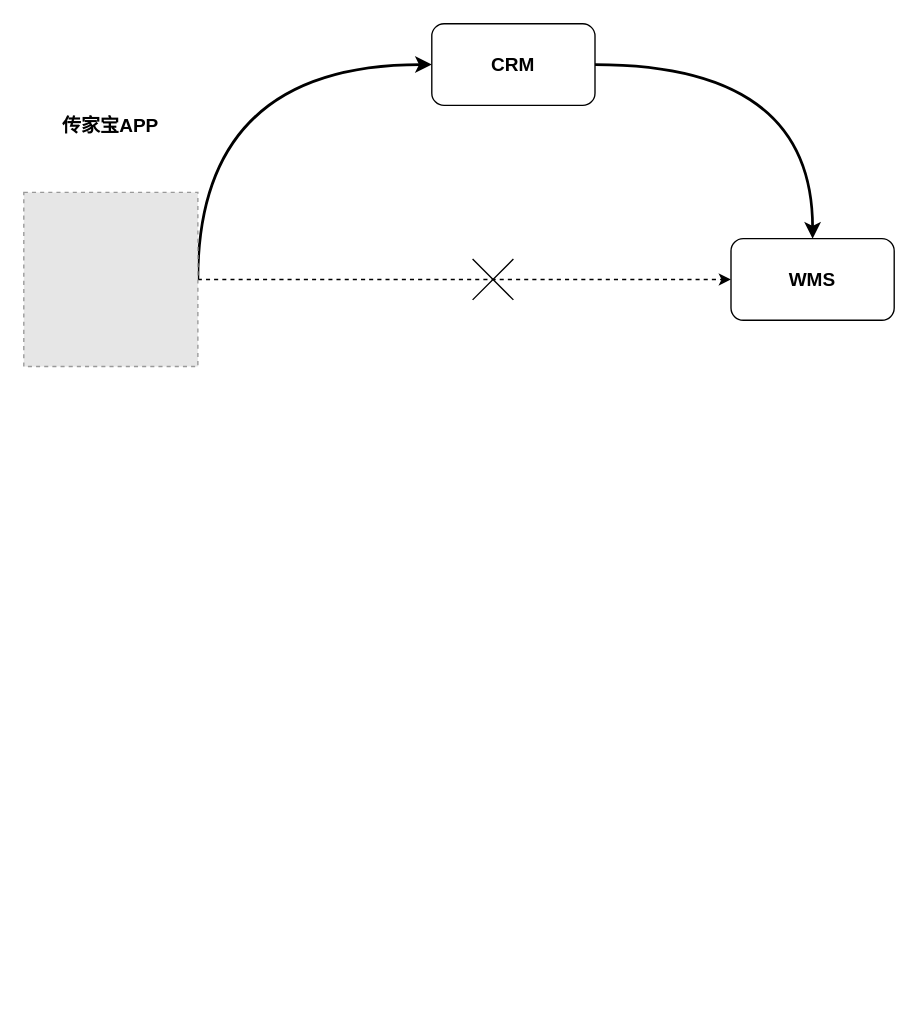
jmy99527/chapter1 keeps this draw.io diagram as Untitled Diagram.drawio. Above is the earlier version. Source tidied: cells renumbered, new cells numbered last; positions are measured from the earlier drawing's top-left corner, leaving out a move shared by most shapes. Both pictures are drawn from the tidied source at 136%, with x=0, y=0 at pixel (23, 23). Pictures stored in the file or linked from it are replaced by grey dashed boxes.
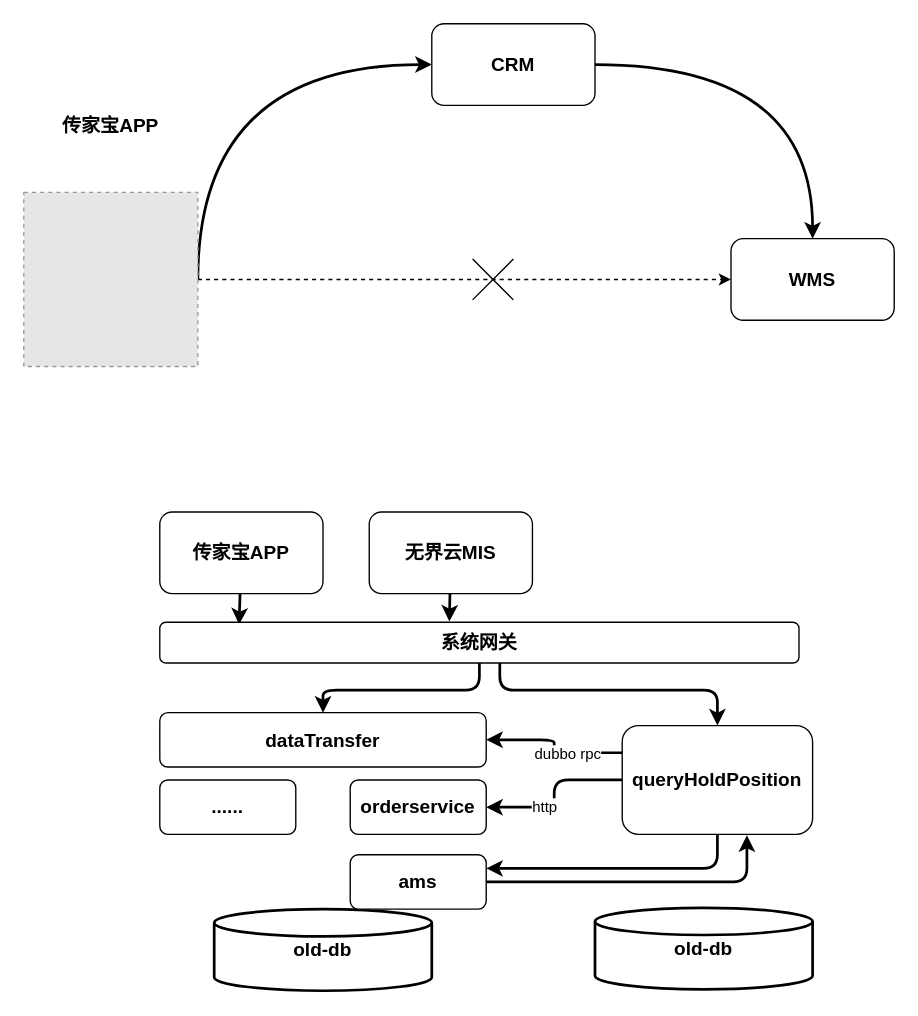
The same page after the edit.

Diff of the diagram source:
```diff
@@
+    <mxCell id="10" style="jettySize=auto;html=1;entryX=0.124;entryY=0.058;entryDx=0;entryDy=0;entryPerimeter=0;strokeWidth=2;" parent="1" edge="1" source="11" target="16">
+      <mxGeometry relative="1" as="geometry" />
+    </mxCell>
+    <mxCell id="11" value="&lt;font style=&quot;font-size: 14px&quot;&gt;&lt;b&gt;传家宝APP&lt;/b&gt;&lt;/font&gt;" style="rounded=1;whiteSpace=wrap;html=1;" parent="1" vertex="1">
+      <mxGeometry x="100" y="359" width="120" height="60" as="geometry" />
+    </mxCell>
+    <mxCell id="12" style="edgeStyle=none;jettySize=auto;html=1;entryX=0.453;entryY=-0.015;entryDx=0;entryDy=0;entryPerimeter=0;strokeWidth=2;" parent="1" edge="1" source="13" target="16">
+      <mxGeometry relative="1" as="geometry" />
+    </mxCell>
+    <mxCell id="13" value="&lt;font style=&quot;font-size: 14px&quot;&gt;&lt;b&gt;无界云MIS&lt;/b&gt;&lt;/font&gt;" style="rounded=1;whiteSpace=wrap;html=1;" parent="1" vertex="1">
+      <mxGeometry x="254" y="359" width="120" height="60" as="geometry" />
+    </mxCell>
+    <mxCell id="14" style="edgeStyle=orthogonalEdgeStyle;jettySize=auto;html=1;entryX=0.5;entryY=0;entryDx=0;entryDy=0;strokeWidth=2;" parent="1" edge="1" target="25">
+      <mxGeometry relative="1" as="geometry">
+        <mxPoint x="350" y="470" as="sourcePoint" />
+        <Array as="points">
+          <mxPoint x="350" y="490" />
+          <mxPoint x="510" y="490" />
+        </Array>
+      </mxGeometry>
+    </mxCell>
+    <mxCell id="15" style="edgeStyle=orthogonalEdgeStyle;jettySize=auto;html=1;strokeWidth=2;" parent="1" edge="1" source="16" target="17">
+      <mxGeometry relative="1" as="geometry" />
+    </mxCell>
+    <mxCell id="16" value="&lt;span style=&quot;font-size: 14px&quot;&gt;&lt;b&gt;系统网关&lt;/b&gt;&lt;/span&gt;" style="rounded=1;whiteSpace=wrap;html=1;" parent="1" vertex="1">
+      <mxGeometry x="100" y="440" width="470" height="30" as="geometry" />
+    </mxCell>
+    <mxCell id="17" value="&lt;span style=&quot;font-size: 14px&quot;&gt;&lt;b&gt;dataTransfer&lt;br&gt;&lt;/b&gt;&lt;/span&gt;" style="rounded=1;whiteSpace=wrap;html=1;" parent="1" vertex="1">
+      <mxGeometry x="100" y="506.5" width="240" height="40" as="geometry" />
+    </mxCell>
+    <mxCell id="18" value="&lt;span style=&quot;font-size: 14px&quot;&gt;&lt;b&gt;orderservice&lt;br&gt;&lt;/b&gt;&lt;/span&gt;" style="rounded=1;whiteSpace=wrap;html=1;" parent="1" vertex="1">
+      <mxGeometry x="240" y="556" width="100" height="40" as="geometry" />
+    </mxCell>
+    <mxCell id="19" value="&lt;span style=&quot;font-size: 14px&quot;&gt;&lt;b&gt;......&lt;br&gt;&lt;/b&gt;&lt;/span&gt;" style="rounded=1;whiteSpace=wrap;html=1;" parent="1" vertex="1">
+      <mxGeometry x="100" y="556" width="100" height="40" as="geometry" />
+    </mxCell>
+    <mxCell id="20" style="edgeStyle=orthogonalEdgeStyle;jettySize=auto;html=1;entryX=1;entryY=0.5;entryDx=0;entryDy=0;strokeWidth=2;" parent="1" edge="1" source="25" target="18">
+      <mxGeometry relative="1" as="geometry" />
+    </mxCell>
+    <mxCell id="21" value="http" style="edgeLabel;html=1;align=center;verticalAlign=middle;" parent="20" vertex="1">
+      <mxGeometry x="0.3" y="-1" relative="1" as="geometry" />
+    </mxCell>
+    <mxCell id="22" style="edgeStyle=orthogonalEdgeStyle;jettySize=auto;html=1;exitX=0;exitY=0.25;exitDx=0;exitDy=0;entryX=1;entryY=0.5;entryDx=0;entryDy=0;strokeWidth=2;" parent="1" edge="1" source="25" target="17">
+      <mxGeometry relative="1" as="geometry" />
+    </mxCell>
+    <mxCell id="23" value="dubbo rpc" style="edgeLabel;html=1;align=center;verticalAlign=middle;" parent="22" vertex="1">
+      <mxGeometry x="-0.25" relative="1" as="geometry" />
+    </mxCell>
+    <mxCell id="24" style="edgeStyle=orthogonalEdgeStyle;jettySize=auto;html=1;entryX=1;entryY=0.25;entryDx=0;entryDy=0;strokeWidth=2;" parent="1" edge="1" source="25" target="29">
+      <mxGeometry relative="1" as="geometry">
+        <Array as="points">
+          <mxPoint x="510" y="621" />
+        </Array>
+      </mxGeometry>
+    </mxCell>
+    <mxCell id="25" value="&lt;span style=&quot;font-size: 14px&quot;&gt;&lt;b&gt;queryHoldPosition&lt;br&gt;&lt;/b&gt;&lt;/span&gt;" style="rounded=1;whiteSpace=wrap;html=1;" parent="1" vertex="1">
+      <mxGeometry x="440" y="516" width="140" height="80" as="geometry" />
+    </mxCell>
+    <mxCell id="26" value="&lt;b style=&quot;font-size: 14px&quot;&gt;old-db&lt;/b&gt;" style="strokeWidth=2;html=1;shape=mxgraph.flowchart.database;whiteSpace=wrap;" parent="1" vertex="1">
+      <mxGeometry x="140" y="651" width="160" height="60" as="geometry" />
+    </mxCell>
+    <mxCell id="27" value="&lt;b style=&quot;font-size: 14px&quot;&gt;old-db&lt;/b&gt;" style="strokeWidth=2;html=1;shape=mxgraph.flowchart.database;whiteSpace=wrap;" parent="1" vertex="1">
+      <mxGeometry x="420" y="650" width="160" height="60" as="geometry" />
+    </mxCell>
+    <mxCell id="28" style="edgeStyle=orthogonalEdgeStyle;jettySize=auto;html=1;entryX=0.655;entryY=1.008;entryDx=0;entryDy=0;entryPerimeter=0;strokeWidth=2;" parent="1" edge="1" source="29" target="25">
+      <mxGeometry relative="1" as="geometry" />
+    </mxCell>
+    <mxCell id="29" value="&lt;span style=&quot;font-size: 14px&quot;&gt;&lt;b&gt;ams&lt;br&gt;&lt;/b&gt;&lt;/span&gt;" style="rounded=1;whiteSpace=wrap;html=1;" parent="1" vertex="1">
+      <mxGeometry x="240" y="611" width="100" height="40" as="geometry" />
+    </mxCell>
```
